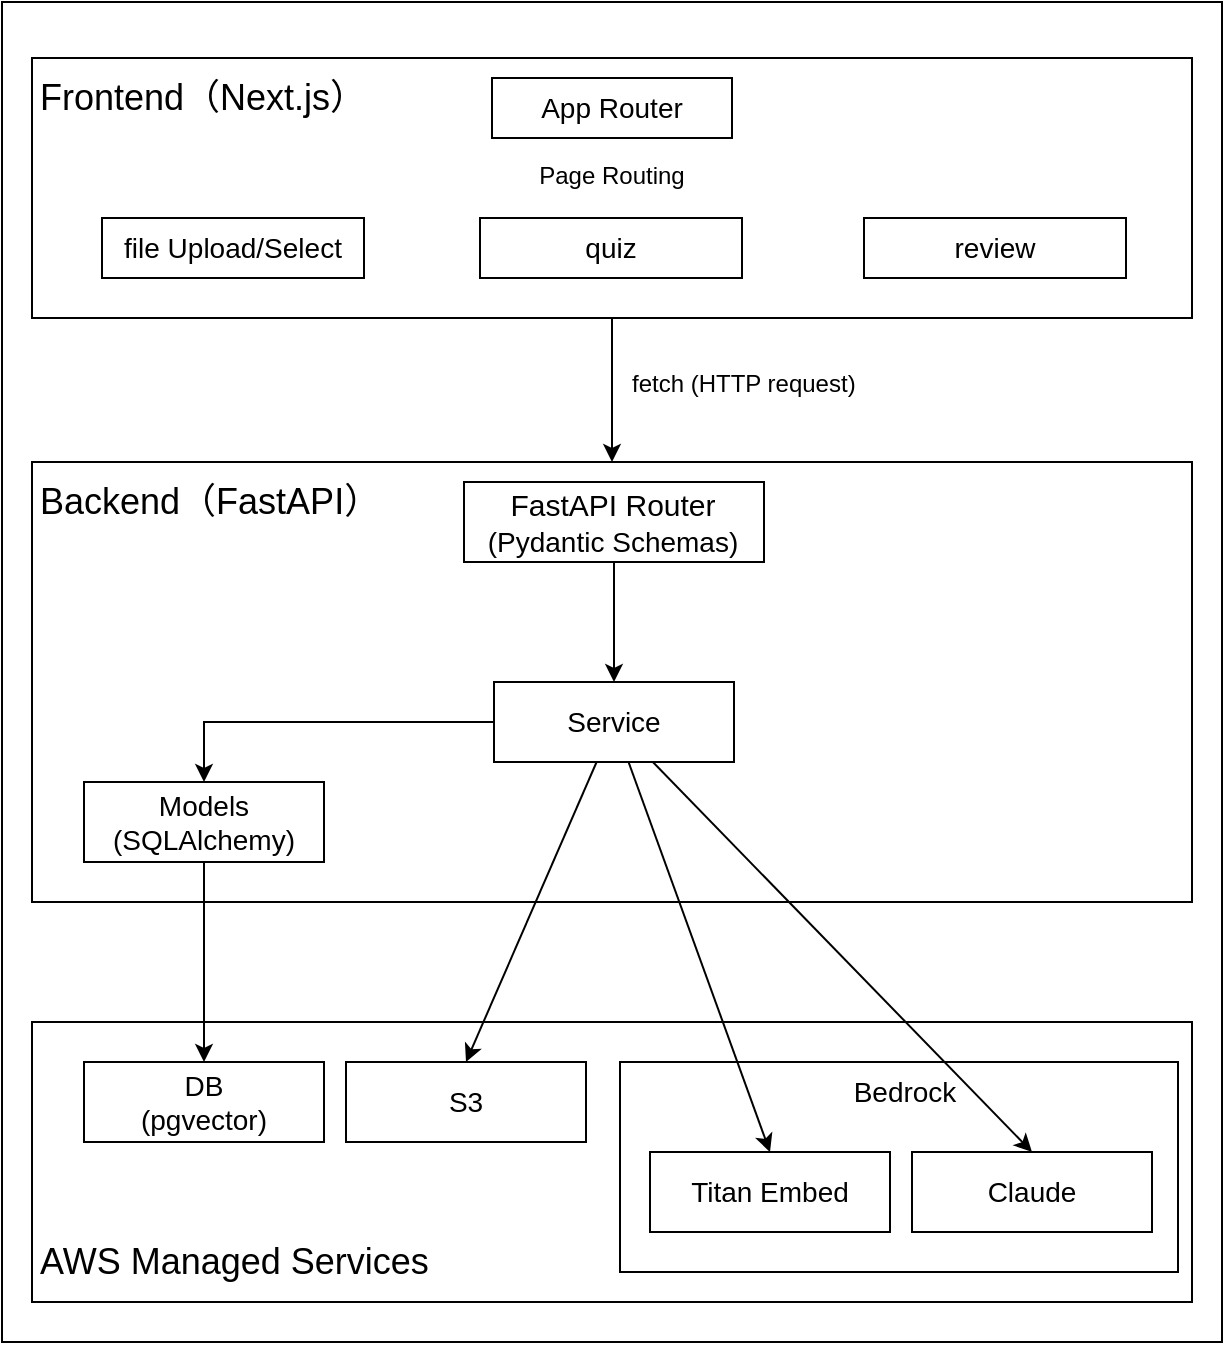
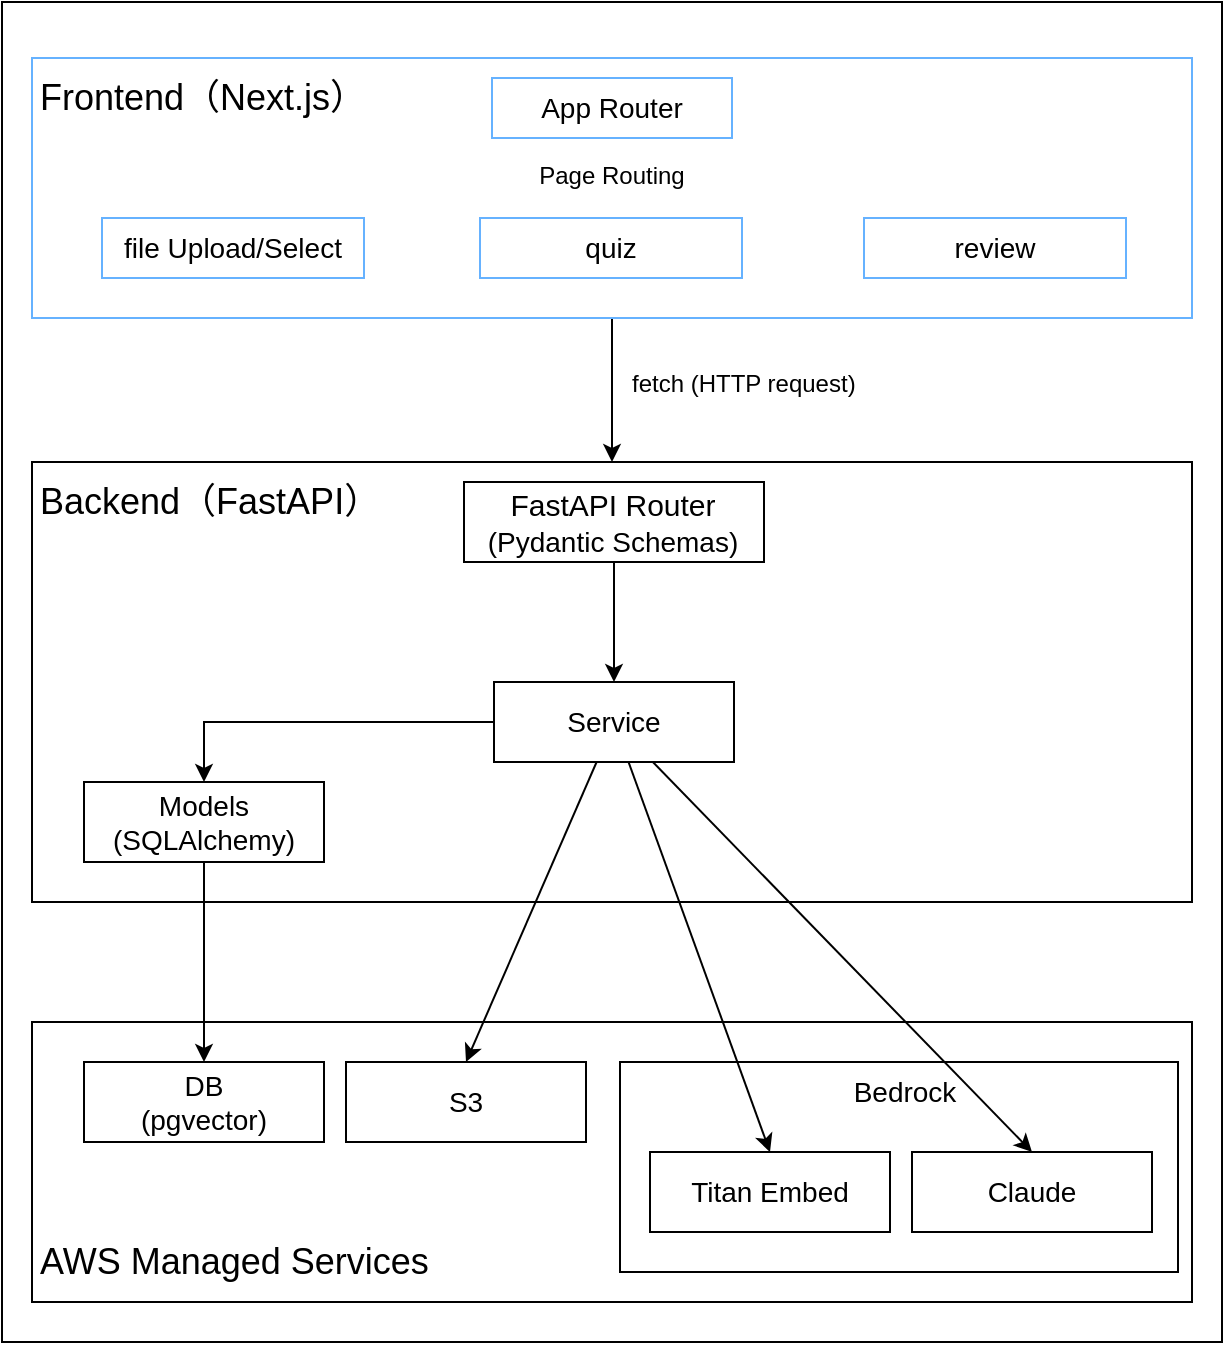
<mxfile host="65bd71144e">
    <diagram id="-sK7EBd7eQeEawK1GACJ" name="ページ1">
-         <mxGraphModel dx="650" dy="605" grid="1" gridSize="10" guides="1" tooltips="1" connect="1" arrows="1" fold="1" page="1" pageScale="1" pageWidth="827" pageHeight="1169" math="0" shadow="0">
+         <mxGraphModel dx="625" dy="537" grid="1" gridSize="10" guides="1" tooltips="1" connect="1" arrows="1" fold="1" page="1" pageScale="1" pageWidth="827" pageHeight="1169" background="none" math="0" shadow="0">
            <root>
                <mxCell id="0"/>
                <mxCell id="1" parent="0"/>
                <mxCell id="50" value="" style="whiteSpace=wrap;html=1;" parent="1" vertex="1">
                    <mxGeometry x="109" y="60" width="610" height="670" as="geometry"/>
                </mxCell>
                <mxCell id="48" value="" style="whiteSpace=wrap;html=1;fillColor=none;strokeColor=light-dark(#000000,#33FF99);" parent="1" vertex="1">
                    <mxGeometry x="124" y="570" width="580" height="140" as="geometry"/>
                </mxCell>
                <mxCell id="39" value="" style="whiteSpace=wrap;html=1;fillColor=none;strokeColor=light-dark(#000000,#33FF99);" parent="1" vertex="1">
                    <mxGeometry x="418" y="590" width="279" height="105" as="geometry"/>
                </mxCell>
                <mxCell id="15" style="edgeStyle=none;html=1;entryX=0.5;entryY=0;entryDx=0;entryDy=0;" parent="1" source="2" target="13" edge="1">
                    <mxGeometry relative="1" as="geometry"/>
                </mxCell>
-                 <mxCell id="2" value="" style="whiteSpace=wrap;html=1;fillColor=none;strokeColor=light-dark(#000000,#66B2FF);" parent="1" vertex="1">
+                 <mxCell id="2" value="" style="whiteSpace=wrap;html=1;fillColor=none;strokeColor=light-dark(#66B2FF,#66B2FF);" parent="1" vertex="1">
                    <mxGeometry x="124" y="88" width="580" height="130" as="geometry"/>
                </mxCell>
                <mxCell id="3" value="&lt;font style=&quot;font-size: 18px; color: light-dark(rgb(0, 0, 0), rgb(102, 178, 255));&quot;&gt;Frontend（Next.js）&lt;/font&gt;" style="text;html=1;align=left;verticalAlign=middle;resizable=0;points=[];autosize=1;strokeColor=none;fillColor=none;fontColor=light-dark(#000000,#66B2FF);" parent="1" vertex="1">
                    <mxGeometry x="126" y="88" width="190" height="40" as="geometry"/>
                </mxCell>
-                 <mxCell id="4" value="&lt;font style=&quot;font-size: 14px;&quot;&gt;App Router&lt;/font&gt;" style="whiteSpace=wrap;html=1;fillColor=none;strokeColor=light-dark(#000000,#66B2FF);" parent="1" vertex="1">
+                 <mxCell id="4" value="&lt;font style=&quot;font-size: 14px;&quot;&gt;App Router&lt;/font&gt;" style="whiteSpace=wrap;html=1;fillColor=none;strokeColor=light-dark(#66B2FF,#66B2FF);" parent="1" vertex="1">
                    <mxGeometry x="354" y="98" width="120" height="30" as="geometry"/>
                </mxCell>
-                 <mxCell id="5" value="&lt;font style=&quot;font-size: 14px;&quot;&gt;file Upload/Select&lt;/font&gt;" style="whiteSpace=wrap;html=1;fillColor=none;strokeColor=light-dark(#000000,#66B2FF);" parent="1" vertex="1">
+                 <mxCell id="5" value="&lt;font style=&quot;font-size: 14px;&quot;&gt;file Upload/Select&lt;/font&gt;" style="whiteSpace=wrap;html=1;fillColor=none;strokeColor=light-dark(#66B2FF,#66B2FF);" parent="1" vertex="1">
                    <mxGeometry x="159" y="168" width="131" height="30" as="geometry"/>
                </mxCell>
-                 <mxCell id="6" value="&lt;span style=&quot;font-size: 14px;&quot;&gt;quiz&lt;/span&gt;" style="whiteSpace=wrap;html=1;fillColor=none;strokeColor=light-dark(#000000,#66B2FF);" parent="1" vertex="1">
+                 <mxCell id="6" value="&lt;span style=&quot;font-size: 14px;&quot;&gt;quiz&lt;/span&gt;" style="whiteSpace=wrap;html=1;fillColor=none;strokeColor=light-dark(#66B2FF,#66B2FF);" parent="1" vertex="1">
                    <mxGeometry x="348" y="168" width="131" height="30" as="geometry"/>
                </mxCell>
-                 <mxCell id="7" value="&lt;font style=&quot;font-size: 14px;&quot;&gt;review&lt;/font&gt;" style="whiteSpace=wrap;html=1;fillColor=none;strokeColor=light-dark(#000000,#66B2FF);" parent="1" vertex="1">
+                 <mxCell id="7" value="&lt;font style=&quot;font-size: 14px;&quot;&gt;review&lt;/font&gt;" style="whiteSpace=wrap;html=1;fillColor=none;strokeColor=light-dark(#66B2FF,#66B2FF);" parent="1" vertex="1">
                    <mxGeometry x="540" y="168" width="131" height="30" as="geometry"/>
                </mxCell>
                <mxCell id="13" value="" style="whiteSpace=wrap;html=1;fillColor=none;strokeColor=light-dark(#000000,#FF6666);" parent="1" vertex="1">
                    <mxGeometry x="124" y="290" width="580" height="220" as="geometry"/>
                </mxCell>
                <mxCell id="14" value="&lt;font style=&quot;font-size: 18px; color: light-dark(rgb(0, 0, 0), rgb(255, 102, 102));&quot;&gt;Backend（FastAPI）&lt;/font&gt;" style="text;html=1;align=left;verticalAlign=middle;resizable=0;points=[];autosize=1;strokeColor=none;fillColor=none;fontColor=light-dark(#000000,#66B2FF);" parent="1" vertex="1">
                    <mxGeometry x="126" y="290" width="190" height="40" as="geometry"/>
                </mxCell>
                <mxCell id="16" value="fetch (HTTP request)" style="text;align=left;verticalAlign=top;resizable=0;points=[];autosize=1;strokeColor=none;fillColor=none;" parent="1" vertex="1">
                    <mxGeometry x="422" y="237" width="140" height="30" as="geometry"/>
                </mxCell>
                <mxCell id="25" style="edgeStyle=none;html=1;entryX=0.5;entryY=0;entryDx=0;entryDy=0;" parent="1" source="17" target="18" edge="1">
                    <mxGeometry relative="1" as="geometry"/>
                </mxCell>
                <mxCell id="17" value="" style="whiteSpace=wrap;html=1;fillColor=none;strokeColor=light-dark(#000000,#FF6666);" parent="1" vertex="1">
                    <mxGeometry x="340" y="300" width="150" height="40" as="geometry"/>
                </mxCell>
                <mxCell id="30" style="edgeStyle=none;html=1;entryX=0.5;entryY=0;entryDx=0;entryDy=0;" parent="1" source="18" target="26" edge="1">
                    <mxGeometry relative="1" as="geometry"/>
                </mxCell>
                <mxCell id="36" style="edgeStyle=none;html=1;entryX=0.5;entryY=0;entryDx=0;entryDy=0;rounded=0;curved=0;" parent="1" source="18" target="20" edge="1">
                    <mxGeometry relative="1" as="geometry">
                        <Array as="points">
                            <mxPoint x="210" y="420"/>
                        </Array>
                    </mxGeometry>
                </mxCell>
                <mxCell id="45" style="edgeStyle=none;html=1;entryX=0.5;entryY=0;entryDx=0;entryDy=0;" parent="1" source="18" target="27" edge="1">
                    <mxGeometry relative="1" as="geometry"/>
                </mxCell>
                <mxCell id="46" style="edgeStyle=none;html=1;entryX=0.5;entryY=0;entryDx=0;entryDy=0;" parent="1" source="18" target="28" edge="1">
                    <mxGeometry relative="1" as="geometry"/>
                </mxCell>
                <mxCell id="18" value="&lt;font style=&quot;font-size: 14px;&quot;&gt;Service&lt;/font&gt;" style="whiteSpace=wrap;html=1;fillColor=none;strokeColor=light-dark(#000000,#FF6666);" parent="1" vertex="1">
                    <mxGeometry x="355" y="400" width="120" height="40" as="geometry"/>
                </mxCell>
                <mxCell id="37" style="edgeStyle=none;html=1;" parent="1" source="20" target="29" edge="1">
                    <mxGeometry relative="1" as="geometry"/>
                </mxCell>
                <mxCell id="20" value="&lt;font style=&quot;font-size: 14px; color: light-dark(rgb(0, 0, 0), rgb(255, 255, 255));&quot;&gt;Models&lt;/font&gt;&lt;div&gt;&lt;font style=&quot;color: light-dark(rgb(0, 0, 0), rgb(255, 255, 255));&quot;&gt;&lt;font style=&quot;font-size: 14px;&quot;&gt;(SQLAlchemy)&lt;/font&gt;&lt;/font&gt;&lt;/div&gt;" style="whiteSpace=wrap;html=1;fillColor=none;strokeColor=light-dark(#000000,#FF6666);" parent="1" vertex="1">
                    <mxGeometry x="150" y="450" width="120" height="40" as="geometry"/>
                </mxCell>
                <mxCell id="21" value="&lt;font style=&quot;font-size: 15px; color: light-dark(rgb(0, 0, 0), rgb(255, 255, 255));&quot;&gt;FastAPI Router&lt;/font&gt;&lt;div&gt;&lt;font style=&quot;font-size: 15px; color: light-dark(rgb(0, 0, 0), rgb(255, 255, 255));&quot;&gt;&lt;span style=&quot;font-size: 14px;&quot;&gt;(Pydantic Schemas)&lt;/span&gt;&lt;/font&gt;&lt;/div&gt;" style="text;html=1;align=center;verticalAlign=middle;resizable=0;points=[];autosize=1;strokeColor=none;fillColor=none;" parent="1" vertex="1">
                    <mxGeometry x="339" y="295" width="150" height="50" as="geometry"/>
                </mxCell>
                <mxCell id="24" value="&lt;font style=&quot;&quot;&gt;Page Routing&lt;/font&gt;" style="whiteSpace=wrap;html=1;strokeColor=none;fillColor=none;fontColor=light-dark(#000000,#FFFFFF);" parent="1" vertex="1">
                    <mxGeometry x="374" y="137" width="80" height="20" as="geometry"/>
                </mxCell>
                <mxCell id="26" value="&lt;span style=&quot;font-size: 14px;&quot;&gt;&lt;font style=&quot;color: light-dark(rgb(0, 0, 0), rgb(255, 255, 255));&quot;&gt;S3&lt;/font&gt;&lt;/span&gt;" style="whiteSpace=wrap;html=1;fillColor=none;strokeColor=light-dark(#000000,#33FF99);" parent="1" vertex="1">
                    <mxGeometry x="281" y="590" width="120" height="40" as="geometry"/>
                </mxCell>
                <mxCell id="27" value="&lt;span style=&quot;font-size: 14px;&quot;&gt;&lt;font style=&quot;color: light-dark(rgb(0, 0, 0), rgb(255, 255, 255));&quot;&gt;Titan Embed&lt;/font&gt;&lt;/span&gt;" style="whiteSpace=wrap;html=1;fillColor=none;strokeColor=light-dark(#000000,#33FF99);" parent="1" vertex="1">
                    <mxGeometry x="433" y="635" width="120" height="40" as="geometry"/>
                </mxCell>
                <mxCell id="28" value="&lt;span style=&quot;font-size: 14px;&quot;&gt;&lt;font style=&quot;color: light-dark(rgb(0, 0, 0), rgb(255, 255, 255));&quot;&gt;Claude&lt;/font&gt;&lt;/span&gt;" style="whiteSpace=wrap;html=1;fillColor=none;strokeColor=light-dark(#000000,#33FF99);" parent="1" vertex="1">
                    <mxGeometry x="564" y="635" width="120" height="40" as="geometry"/>
                </mxCell>
                <mxCell id="29" value="&lt;span style=&quot;font-size: 14px;&quot;&gt;&lt;font style=&quot;color: light-dark(rgb(0, 0, 0), rgb(255, 255, 255));&quot;&gt;DB&lt;br&gt;(pgvector)&lt;/font&gt;&lt;/span&gt;" style="whiteSpace=wrap;html=1;fillColor=none;strokeColor=light-dark(#000000,#33FF99);" parent="1" vertex="1">
                    <mxGeometry x="150" y="590" width="120" height="40" as="geometry"/>
                </mxCell>
                <mxCell id="41" value="&lt;font style=&quot;font-size: 14px;&quot;&gt;Bedrock&lt;/font&gt;" style="text;html=1;align=center;verticalAlign=middle;resizable=0;points=[];autosize=1;strokeColor=none;fillColor=none;" parent="1" vertex="1">
                    <mxGeometry x="525" y="590" width="70" height="30" as="geometry"/>
                </mxCell>
                <mxCell id="49" value="&lt;font style=&quot;font-size: 18px; color: light-dark(rgb(0, 0, 0), rgb(51, 255, 153));&quot;&gt;AWS Managed Services&lt;/font&gt;" style="text;html=1;align=left;verticalAlign=middle;resizable=0;points=[];autosize=1;strokeColor=none;fillColor=none;fontColor=light-dark(#000000,#66B2FF);" parent="1" vertex="1">
                    <mxGeometry x="126" y="670" width="220" height="40" as="geometry"/>
                </mxCell>
            </root>
        </mxGraphModel>
    </diagram>
</mxfile>